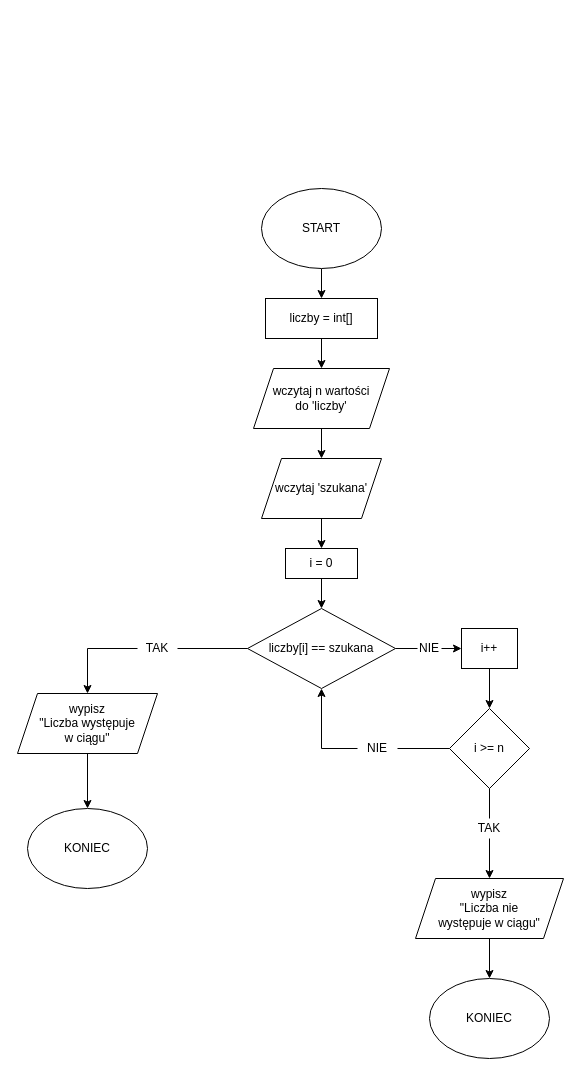
The draw.io diagram aisd/1.3.drawio.xml in xparadoxical/wsiz, before the edit. Source tidied: cells renumbered, new cells numbered last; positions are measured from the earlier drawing's top-left corner, leaving out a move shared by most shapes. Both pictures are drawn from the tidied source at 100%, with x=0, y=0 at pixel (17, 188).
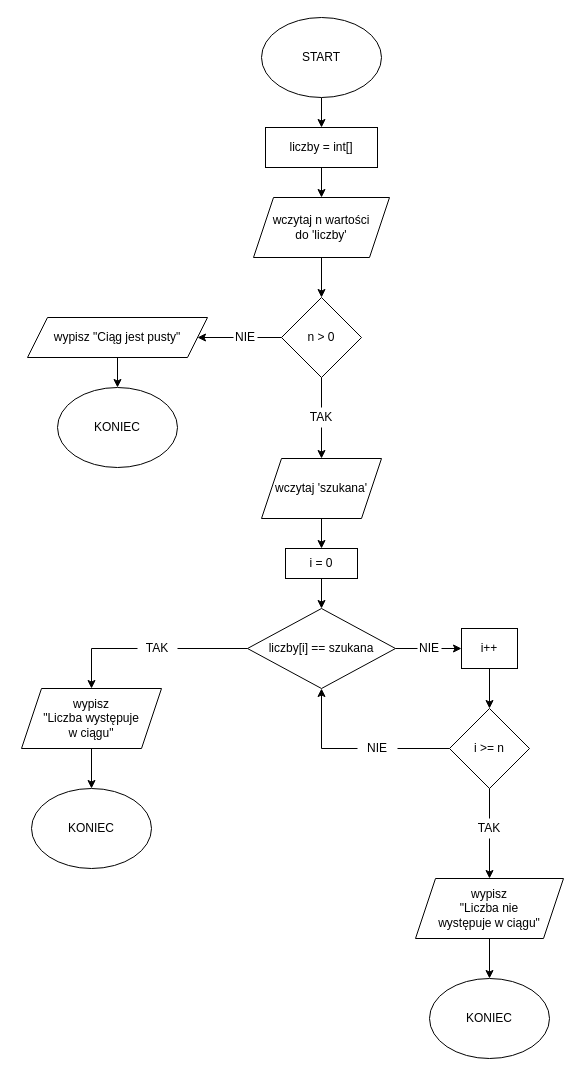
Above is the later version.

Commit message:
Add empty input handling to aisd/1.3

The change refers to these unchanged cells:
```xml
<mxCell id="9" value="wczytaj 'szukana'" style="shape=parallelogram;perimeter=parallelogramPerimeter;whiteSpace=wrap;html=1;fixedSize=1;" parent="1" vertex="1">
  <mxGeometry x="244" y="270" width="120" height="60" as="geometry" />
</mxCell>
```

The edit, as a diff of the source:
```diff
@@
     <mxCell id="3" value="START" style="ellipse;whiteSpace=wrap;html=1;" parent="1" vertex="1">
-      <mxGeometry x="244" width="120" height="80" as="geometry" />
+      <mxGeometry x="244" y="-171" width="120" height="80" as="geometry" />
     </mxCell>
-    <mxCell id="4" style="edgeStyle=orthogonalEdgeStyle;rounded=0;jettySize=auto;html=1;" parent="1" edge="1" source="5" target="9">
-      <mxGeometry relative="1" as="geometry" />
-    </mxCell>
+    <mxCell id="34" style="edgeStyle=orthogonalEdgeStyle;rounded=0;jettySize=auto;html=1;exitX=0.5;exitY=1;exitDx=0;exitDy=0;entryX=0.5;entryY=0;entryDx=0;entryDy=0;" parent="1" edge="1" source="5" target="37">
+      <mxGeometry relative="1" as="geometry" />
+    </mxCell>
     <mxCell id="5" value="wczytaj n wartości&lt;br&gt;do 'liczby'" style="shape=parallelogram;perimeter=parallelogramPerimeter;whiteSpace=wrap;html=1;fixedSize=1;" parent="1" vertex="1">
-      <mxGeometry x="236" y="180" width="136" height="60" as="geometry" />
+      <mxGeometry x="236" y="9" width="136" height="60" as="geometry" />
     </mxCell>
@@
     <mxCell id="7" value="liczby = int[]" style="rounded=0;whiteSpace=wrap;html=1;" parent="1" vertex="1">
-      <mxGeometry x="248" y="110" width="112" height="40" as="geometry" />
+      <mxGeometry x="248" y="-61" width="112" height="40" as="geometry" />
     </mxCell>
@@
-    <mxCell id="15" style="edgeStyle=orthogonalEdgeStyle;rounded=0;jettySize=auto;html=1;" parent="1" edge="1" source="16" target="32">
+    <mxCell id="15" style="edgeStyle=orthogonalEdgeStyle;rounded=0;jettySize=auto;html=1;exitX=0.5;exitY=1;exitDx=0;exitDy=0;entryX=0.5;entryY=0;entryDx=0;entryDy=0;" parent="1" edge="1" source="16" target="32">
       <mxGeometry relative="1" as="geometry" />
     </mxCell>
     <mxCell id="16" value="wypisz&lt;br&gt;&quot;Liczba występuje&lt;br&gt;w ciągu&quot;" style="shape=parallelogram;perimeter=parallelogramPerimeter;whiteSpace=wrap;html=1;fixedSize=1;" parent="1" vertex="1">
-      <mxGeometry y="505" width="140" height="60" as="geometry" />
+      <mxGeometry x="4" y="500" width="140" height="60" as="geometry" />
     </mxCell>
@@
     <mxCell id="32" value="KONIEC" style="ellipse;whiteSpace=wrap;html=1;" parent="1" vertex="1">
-      <mxGeometry x="10" y="620" width="120" height="80" as="geometry" />
+      <mxGeometry x="14" y="600" width="120" height="80" as="geometry" />
     </mxCell>
@@
+    <mxCell id="35" style="edgeStyle=orthogonalEdgeStyle;rounded=0;jettySize=auto;html=1;exitX=0.5;exitY=1;exitDx=0;exitDy=0;entryX=0.5;entryY=0;entryDx=0;entryDy=0;startArrow=none;" parent="1" edge="1" source="39" target="9">
+      <mxGeometry relative="1" as="geometry" />
+    </mxCell>
+    <mxCell id="36" style="edgeStyle=orthogonalEdgeStyle;rounded=0;jettySize=auto;html=1;startArrow=none;" parent="1" edge="1" source="44" target="41">
+      <mxGeometry relative="1" as="geometry" />
+    </mxCell>
+    <mxCell id="37" value="n &amp;gt; 0" style="rhombus;whiteSpace=wrap;html=1;" parent="1" vertex="1">
+      <mxGeometry x="264" y="109" width="80" height="80" as="geometry" />
+    </mxCell>
+    <mxCell id="38" style="edgeStyle=orthogonalEdgeStyle;rounded=0;jettySize=auto;html=1;exitX=0.5;exitY=1;exitDx=0;exitDy=0;entryX=0.5;entryY=0;entryDx=0;entryDy=0;endArrow=none;" parent="1" edge="1" source="37" target="39">
+      <mxGeometry relative="1" as="geometry" />
+    </mxCell>
+    <mxCell id="39" value="TAK" style="text;html=1;strokeColor=none;fillColor=none;align=center;verticalAlign=middle;whiteSpace=wrap;rounded=0;" parent="1" vertex="1">
+      <mxGeometry x="288" y="219" width="32" height="20" as="geometry" />
+    </mxCell>
+    <mxCell id="40" style="edgeStyle=orthogonalEdgeStyle;rounded=0;jettySize=auto;html=1;" parent="1" edge="1" source="41" target="42">
+      <mxGeometry relative="1" as="geometry" />
+    </mxCell>
+    <mxCell id="41" value="wypisz &quot;Ciąg jest pusty&quot;" style="shape=parallelogram;perimeter=parallelogramPerimeter;whiteSpace=wrap;html=1;fixedSize=1;" parent="1" vertex="1">
+      <mxGeometry x="10" y="129" width="180" height="40" as="geometry" />
+    </mxCell>
+    <mxCell id="42" value="KONIEC" style="ellipse;whiteSpace=wrap;html=1;" parent="1" vertex="1">
+      <mxGeometry x="40" y="199" width="120" height="80" as="geometry" />
+    </mxCell>
+    <mxCell id="43" style="edgeStyle=orthogonalEdgeStyle;rounded=0;jettySize=auto;html=1;endArrow=none;" parent="1" edge="1" source="37" target="44">
+      <mxGeometry relative="1" as="geometry" />
+    </mxCell>
+    <mxCell id="44" value="NIE" style="text;html=1;strokeColor=none;fillColor=none;align=center;verticalAlign=middle;whiteSpace=wrap;rounded=0;" parent="1" vertex="1">
+      <mxGeometry x="216" y="139" width="24" height="20" as="geometry" />
+    </mxCell>
```
